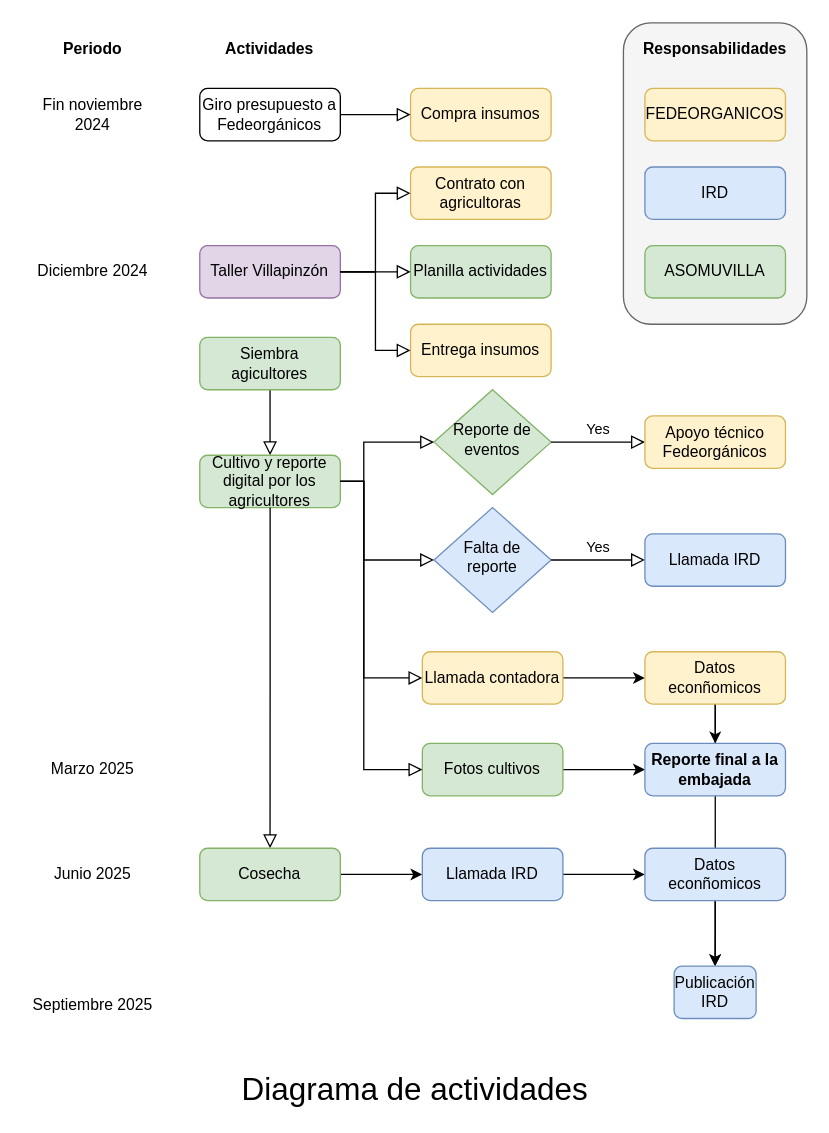
Above: actividadesrutaOrganica.drawio in agroecomakers/Diagrammes-miCampo (draw.io), before the change. Source tidied: cells renumbered, new cells numbered last; positions are measured from the earlier drawing's top-left corner, leaving out a move shared by most shapes. Both pictures are drawn from the tidied source at 131%, with x=0, y=0 at pixel (22, 22).
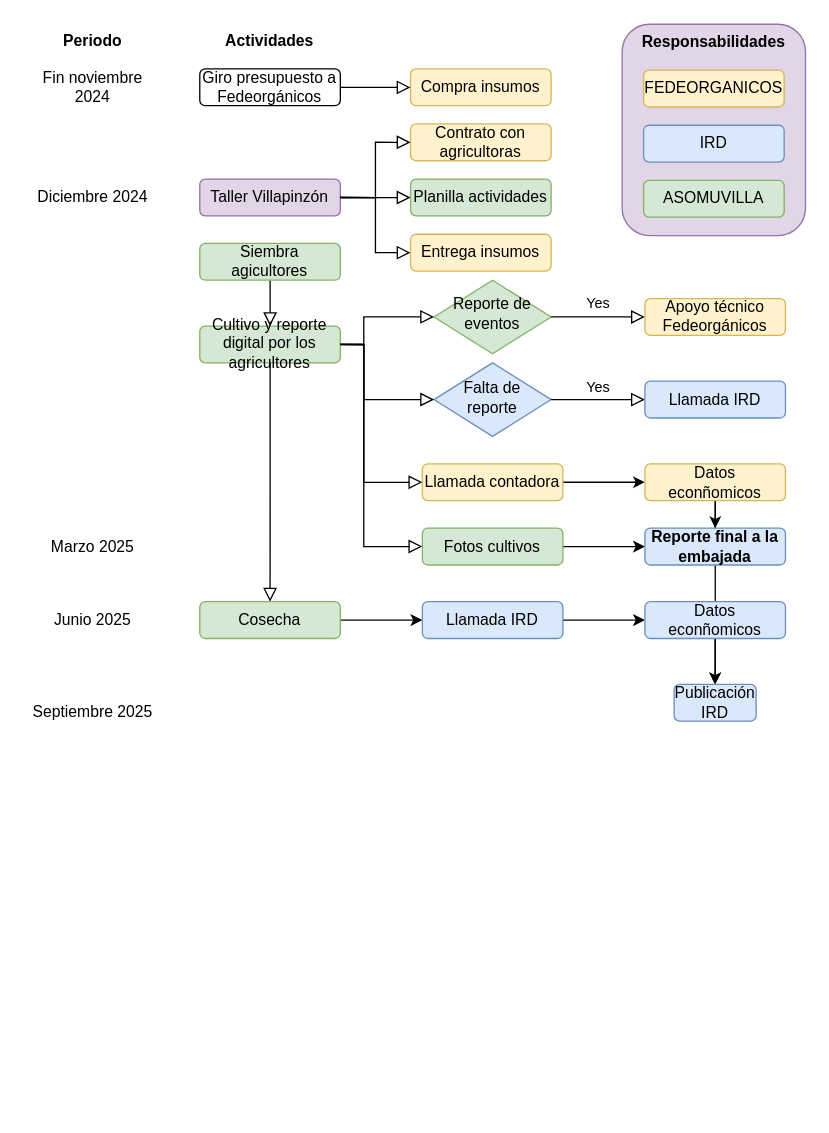
The same page after the edit.

Commit message (it also covers changes not shown here):
Mettre à jour actividadesrutaOrganica.drawio

What changed in the source:
```diff
@@
-    <mxCell id="2" value="Diagrama de actividades" style="text;html=1;align=center;verticalAlign=middle;whiteSpace=wrap;rounded=0;fontSize=24;" parent="1" vertex="1">
-      <mxGeometry x="158.7" y="800" width="281" height="30" as="geometry" />
-    </mxCell>
     <mxCell id="3" style="group;" parent="1" vertex="1">
-      <mxGeometry width="598.4" height="770" as="geometry" />
+      <mxGeometry width="598.4" height="540" as="geometry" />
     </mxCell>
-    <mxCell id="4" style="rounded=1;whiteSpace=wrap;html=1;fillColor=#f5f5f5;fontColor=#333333;strokeColor=#666666;" parent="3" vertex="1">
-      <mxGeometry x="458.4" width="140" height="230" as="geometry" />
+    <mxCell id="4" style="rounded=1;whiteSpace=wrap;html=1;fillColor=#e1d5e7;strokeColor=#9673a6;" parent="3" vertex="1">
+      <mxGeometry x="457.4" y="1" width="140" height="161.3" as="geometry" />
     </mxCell>
     <mxCell id="5" value="Reporte de eventos" style="rhombus;whiteSpace=wrap;html=1;shadow=0;fontFamily=Helvetica;fontSize=12;align=center;strokeWidth=1;spacing=6;spacingTop=-4;fillColor=#d5e8d4;strokeColor=#82b366;" parent="3" vertex="1">
-      <mxGeometry x="313.8" y="280" width="89.4" height="80" as="geometry" />
+      <mxGeometry x="313.8" y="196.4" width="89.4" height="56.1" as="geometry" />
     </mxCell>
     <mxCell id="6" value="Planilla actividades" style="rounded=1;whiteSpace=wrap;html=1;fontSize=12;glass=0;strokeWidth=1;shadow=0;fillColor=#d5e8d4;strokeColor=#82b366;" parent="3" vertex="1">
-      <mxGeometry x="295.9" y="170" width="107.3" height="40" as="geometry" />
+      <mxGeometry x="295.9" y="119.2" width="107.3" height="28.1" as="geometry" />
     </mxCell>
@@
     <mxCell id="9" value="Falta de reporte" style="rhombus;whiteSpace=wrap;html=1;shadow=0;fontFamily=Helvetica;fontSize=12;align=center;strokeWidth=1;spacing=6;spacingTop=-4;fillColor=#dae8fc;strokeColor=#6c8ebf;" parent="3" vertex="1">
-      <mxGeometry x="313.8" y="370" width="89.4" height="80" as="geometry" />
+      <mxGeometry x="313.8" y="259.5" width="89.4" height="56.1" as="geometry" />
     </mxCell>
     <mxCell id="10" value="Cultivo y reporte digital por los agricultores" style="rounded=1;whiteSpace=wrap;html=1;fontSize=12;glass=0;strokeWidth=1;shadow=0;fillColor=#d5e8d4;strokeColor=#82b366;" parent="3" vertex="1">
-      <mxGeometry x="135" y="330" width="107.3" height="40" as="geometry" />
+      <mxGeometry x="135" y="231.4" width="107.3" height="28.1" as="geometry" />
     </mxCell>
     <mxCell id="11" value="Apoyo técnico Fedeorgánicos" style="rounded=1;whiteSpace=wrap;html=1;fontSize=12;glass=0;strokeWidth=1;shadow=0;fillColor=#fff2cc;strokeColor=#d6b656;" parent="3" vertex="1">
-      <mxGeometry x="474.8" y="300" width="107.3" height="40" as="geometry" />
+      <mxGeometry x="474.8" y="210.4" width="107.3" height="28.1" as="geometry" />
     </mxCell>
     <mxCell id="12" value="Siembra agicultores" style="rounded=1;whiteSpace=wrap;html=1;fontSize=12;glass=0;strokeWidth=1;shadow=0;fillColor=#d5e8d4;strokeColor=#82b366;" parent="3" vertex="1">
-      <mxGeometry x="135" y="240" width="107.3" height="40" as="geometry" />
+      <mxGeometry x="135" y="168.3" width="107.3" height="28.1" as="geometry" />
     </mxCell>
     <mxCell id="13" value="Giro presupuesto a Fedeorgánicos" style="rounded=1;whiteSpace=wrap;html=1;fontSize=12;glass=0;strokeWidth=1;shadow=0;" parent="3" vertex="1">
-      <mxGeometry x="135" y="50" width="107.3" height="40" as="geometry" />
+      <mxGeometry x="135" y="35.1" width="107.3" height="28.1" as="geometry" />
     </mxCell>
     <mxCell id="14" value="Taller Villapinzón" style="whiteSpace=wrap;html=1;rounded=1;glass=0;strokeWidth=1;shadow=0;fillColor=#e1d5e7;strokeColor=#9673a6;" parent="3" vertex="1">
-      <mxGeometry x="135" y="170" width="107.3" height="40" as="geometry" />
+      <mxGeometry x="135" y="119.2" width="107.3" height="28.1" as="geometry" />
     </mxCell>
     <mxCell id="15" value="Entrega insumos" style="rounded=1;whiteSpace=wrap;html=1;fontSize=12;glass=0;strokeWidth=1;shadow=0;fillColor=#fff2cc;strokeColor=#d6b656;" parent="3" vertex="1">
-      <mxGeometry x="295.9" y="230" width="107.3" height="40" as="geometry" />
+      <mxGeometry x="295.9" y="161.3" width="107.3" height="28.1" as="geometry" />
     </mxCell>
     <mxCell id="16" value="Contrato con agricultoras" style="rounded=1;whiteSpace=wrap;html=1;fontSize=12;glass=0;strokeWidth=1;shadow=0;fillColor=#fff2cc;strokeColor=#d6b656;" parent="3" vertex="1">
-      <mxGeometry x="295.9" y="110" width="107.3" height="40" as="geometry" />
+      <mxGeometry x="295.9" y="77.1" width="107.3" height="28.1" as="geometry" />
     </mxCell>
@@
     <mxCell id="20" value="Compra insumos" style="rounded=1;whiteSpace=wrap;html=1;fontSize=12;glass=0;strokeWidth=1;shadow=0;fillColor=#fff2cc;strokeColor=#d6b656;" parent="3" vertex="1">
-      <mxGeometry x="295.9" y="50" width="107.3" height="40" as="geometry" />
+      <mxGeometry x="295.9" y="35.1" width="107.3" height="28.1" as="geometry" />
     </mxCell>
@@
     <mxCell id="22" style="rounded=0;html=1;jettySize=auto;fontSize=11;endArrow=block;endFill=0;endSize=8;strokeWidth=1;shadow=0;labelBackgroundColor=none;edgeStyle=orthogonalEdgeStyle;exitX=1;exitY=0.5;exitDx=0;exitDy=0;" parent="3" edge="1" source="10" target="5">
       <mxGeometry y="20" relative="1" as="geometry">
         <Array as="points">
-          <mxPoint x="260.2" y="350" />
-          <mxPoint x="260.2" y="320" />
+          <mxPoint x="260.2" y="245.5" />
+          <mxPoint x="260.2" y="224.4" />
         </Array>
       </mxGeometry>
     </mxCell>
     <mxCell id="23" style="rounded=0;html=1;jettySize=auto;fontSize=11;endArrow=block;endFill=0;endSize=8;strokeWidth=1;shadow=0;labelBackgroundColor=none;edgeStyle=orthogonalEdgeStyle;exitX=1;exitY=0.5;exitDx=0;exitDy=0;" parent="3" edge="1" source="10" target="9">
       <mxGeometry y="20" relative="1" as="geometry">
         <Array as="points">
-          <mxPoint x="260.2" y="350" />
-          <mxPoint x="260.2" y="410" />
+          <mxPoint x="260.2" y="245.5" />
+          <mxPoint x="260.2" y="287.5" />
         </Array>
       </mxGeometry>
     </mxCell>
@@
     <mxCell id="25" value="Llamada IRD" style="rounded=1;whiteSpace=wrap;html=1;fontSize=12;glass=0;strokeWidth=1;shadow=0;fillColor=#dae8fc;strokeColor=#6c8ebf;" parent="3" vertex="1">
-      <mxGeometry x="474.8" y="390" width="107.3" height="40" as="geometry" />
+      <mxGeometry x="474.8" y="273.5" width="107.3" height="28.1" as="geometry" />
     </mxCell>
@@
     <mxCell id="29" value="Cosecha" style="rounded=1;whiteSpace=wrap;html=1;fontSize=12;glass=0;strokeWidth=1;shadow=0;fillColor=#d5e8d4;strokeColor=#82b366;" parent="3" vertex="1">
-      <mxGeometry x="135" y="630" width="107.3" height="40" as="geometry" />
+      <mxGeometry x="135" y="441.8" width="107.3" height="28.1" as="geometry" />
     </mxCell>
@@
     <mxCell id="31" value="Llamada contadora" style="rounded=1;whiteSpace=wrap;html=1;fontSize=12;glass=0;strokeWidth=1;shadow=0;fillColor=#fff2cc;strokeColor=#d6b656;" parent="3" vertex="1">
-      <mxGeometry x="304.9" y="480" width="107.3" height="40" as="geometry" />
+      <mxGeometry x="304.9" y="336.6" width="107.3" height="28.1" as="geometry" />
     </mxCell>
@@
     <mxCell id="34" value="Datos econñomicos" style="rounded=1;whiteSpace=wrap;html=1;fontSize=12;glass=0;strokeWidth=1;shadow=0;fillColor=#fff2cc;strokeColor=#d6b656;" parent="3" vertex="1">
-      <mxGeometry x="474.8" y="480" width="107.3" height="40" as="geometry" />
+      <mxGeometry x="474.8" y="336.6" width="107.3" height="28.1" as="geometry" />
     </mxCell>
     <mxCell id="35" style="rounded=0;html=1;jettySize=auto;fontSize=11;endArrow=block;endFill=0;endSize=8;strokeWidth=1;shadow=0;labelBackgroundColor=none;edgeStyle=orthogonalEdgeStyle;entryX=0;entryY=0.5;entryDx=0;entryDy=0;" parent="3" edge="1" source="10" target="31">
       <mxGeometry x="0.33" y="20" relative="1" as="geometry">
         <Array as="points">
-          <mxPoint x="260.2" y="350" />
-          <mxPoint x="260.2" y="500" />
+          <mxPoint x="260.2" y="245.5" />
+          <mxPoint x="260.2" y="350.6" />
         </Array>
       </mxGeometry>
     </mxCell>
@@
     <mxCell id="37" value="Llamada IRD" style="rounded=1;whiteSpace=wrap;html=1;fontSize=12;glass=0;strokeWidth=1;shadow=0;fillColor=#dae8fc;strokeColor=#6c8ebf;" parent="3" vertex="1">
-      <mxGeometry x="304.9" y="630" width="107.3" height="40" as="geometry" />
+      <mxGeometry x="304.9" y="441.8" width="107.3" height="28.1" as="geometry" />
     </mxCell>
     <mxCell id="38" value="Datos econñomicos" style="rounded=1;whiteSpace=wrap;html=1;fontSize=12;glass=0;strokeWidth=1;shadow=0;fillColor=#dae8fc;strokeColor=#6c8ebf;" parent="3" vertex="1">
-      <mxGeometry x="474.8" y="630" width="107.3" height="40" as="geometry" />
+      <mxGeometry x="474.8" y="441.8" width="107.3" height="28.1" as="geometry" />
     </mxCell>
     <mxCell id="39" value="Publicación IRD" style="rounded=1;whiteSpace=wrap;html=1;fontSize=12;glass=0;strokeWidth=1;shadow=0;fillColor=#dae8fc;strokeColor=#6c8ebf;" parent="3" vertex="1">
-      <mxGeometry x="497.1" y="720" width="62.6" height="40" as="geometry" />
+      <mxGeometry x="497.1" y="504.9" width="62.6" height="28.1" as="geometry" />
     </mxCell>
@@
     <mxCell id="41" value="Fotos cultivos" style="rounded=1;whiteSpace=wrap;html=1;fontSize=12;glass=0;strokeWidth=1;shadow=0;fillColor=#d5e8d4;strokeColor=#82b366;" parent="3" vertex="1">
-      <mxGeometry x="304.9" y="550" width="107.3" height="40" as="geometry" />
+      <mxGeometry x="304.9" y="385.7" width="107.3" height="28.1" as="geometry" />
     </mxCell>
     <mxCell id="42" style="rounded=0;html=1;jettySize=auto;fontSize=11;endArrow=block;endFill=0;endSize=8;strokeWidth=1;shadow=0;labelBackgroundColor=none;edgeStyle=orthogonalEdgeStyle;" parent="3" edge="1" source="10" target="41">
       <mxGeometry x="0.33" y="20" relative="1" as="geometry">
         <Array as="points">
-          <mxPoint x="260.2" y="350" />
-          <mxPoint x="260.2" y="570" />
+          <mxPoint x="260.2" y="245.5" />
+          <mxPoint x="260.2" y="399.7" />
         </Array>
       </mxGeometry>
     </mxCell>
     <mxCell id="43" value="&lt;b&gt;Reporte final a la embajada &lt;br&gt;&lt;/b&gt;" style="rounded=1;whiteSpace=wrap;html=1;fontSize=12;glass=0;strokeWidth=1;shadow=0;fillColor=#dae8fc;strokeColor=#6c8ebf;" parent="3" vertex="1">
-      <mxGeometry x="474.8" y="550" width="107.3" height="40" as="geometry" />
+      <mxGeometry x="474.8" y="385.7" width="107.3" height="28.1" as="geometry" />
     </mxCell>
     <mxCell id="44" value="Actividades" style="rounded=1;whiteSpace=wrap;html=1;fontSize=12;glass=0;strokeWidth=1;shadow=0;strokeColor=none;fontStyle=1;" parent="3" vertex="1">
-      <mxGeometry x="135" width="107.3" height="40" as="geometry" />
+      <mxGeometry x="135" width="107.3" height="28.1" as="geometry" />
     </mxCell>
     <mxCell id="45" value="FEDEORGANICOS" style="rounded=1;whiteSpace=wrap;html=1;fontSize=12;glass=0;strokeWidth=1;shadow=0;fillColor=#fff2cc;strokeColor=#d6b656;" parent="3" vertex="1">
-      <mxGeometry x="474.8" y="50" width="107.3" height="40" as="geometry" />
+      <mxGeometry x="473.8" y="36.1" width="107.3" height="28.1" as="geometry" />
     </mxCell>
     <mxCell id="46" value="IRD" style="rounded=1;whiteSpace=wrap;html=1;fontSize=12;glass=0;strokeWidth=1;shadow=0;fillColor=#dae8fc;strokeColor=#6c8ebf;" parent="3" vertex="1">
-      <mxGeometry x="474.8" y="110" width="107.3" height="40" as="geometry" />
+      <mxGeometry x="473.8" y="78.1" width="107.3" height="28.1" as="geometry" />
     </mxCell>
     <mxCell id="47" value="ASOMUVILLA" style="rounded=1;whiteSpace=wrap;html=1;fontSize=12;glass=0;strokeWidth=1;shadow=0;fillColor=#d5e8d4;strokeColor=#82b366;" parent="3" vertex="1">
-      <mxGeometry x="474.8" y="170" width="107.3" height="40" as="geometry" />
+      <mxGeometry x="473.8" y="120.2" width="107.3" height="28.1" as="geometry" />
     </mxCell>
     <mxCell id="48" value="Responsabilidades" style="rounded=1;whiteSpace=wrap;html=1;fontSize=12;glass=0;strokeWidth=1;shadow=0;strokeColor=none;fontStyle=1;fillColor=none;" parent="3" vertex="1">
-      <mxGeometry x="474.8" width="107.3" height="40" as="geometry" />
+      <mxGeometry x="473.8" y="1" width="107.3" height="28.1" as="geometry" />
     </mxCell>
     <mxCell id="49" value="&lt;div&gt;Diciembre 2024&lt;/div&gt;" style="rounded=1;whiteSpace=wrap;html=1;fontSize=12;glass=0;strokeWidth=1;shadow=0;strokeColor=none;" parent="3" vertex="1">
-      <mxGeometry y="170" width="107.3" height="40" as="geometry" />
+      <mxGeometry y="119.2" width="107.3" height="28.1" as="geometry" />
     </mxCell>
     <mxCell id="50" value="&lt;div&gt;Fin noviembre 2024&lt;/div&gt;" style="rounded=1;whiteSpace=wrap;html=1;fontSize=12;glass=0;strokeWidth=1;shadow=0;strokeColor=none;" parent="3" vertex="1">
-      <mxGeometry y="50" width="107.3" height="40" as="geometry" />
+      <mxGeometry y="35.1" width="107.3" height="28.1" as="geometry" />
     </mxCell>
     <mxCell id="51" value="Marzo 2025" style="rounded=1;whiteSpace=wrap;html=1;fontSize=12;glass=0;strokeWidth=1;shadow=0;strokeColor=none;" parent="3" vertex="1">
-      <mxGeometry y="550" width="107.3" height="40" as="geometry" />
+      <mxGeometry y="385.7" width="107.3" height="28.1" as="geometry" />
     </mxCell>
     <mxCell id="52" value="Junio 2025" style="rounded=1;whiteSpace=wrap;html=1;fontSize=12;glass=0;strokeWidth=1;shadow=0;strokeColor=none;" parent="3" vertex="1">
-      <mxGeometry y="630" width="107.3" height="40" as="geometry" />
+      <mxGeometry y="441.8" width="107.3" height="28.1" as="geometry" />
     </mxCell>
     <mxCell id="53" value="Septiembre 2025" style="rounded=1;whiteSpace=wrap;html=1;fontSize=12;glass=0;strokeWidth=1;shadow=0;strokeColor=none;" parent="3" vertex="1">
-      <mxGeometry y="730" width="107.3" height="40" as="geometry" />
+      <mxGeometry y="511.9" width="107.3" height="28.1" as="geometry" />
     </mxCell>
     <mxCell id="54" value="Periodo" style="rounded=1;whiteSpace=wrap;html=1;fontSize=12;glass=0;strokeWidth=1;shadow=0;strokeColor=none;fontStyle=1;" parent="3" vertex="1">
-      <mxGeometry width="107.3" height="40" as="geometry" />
+      <mxGeometry width="107.3" height="28.1" as="geometry" />
     </mxCell>
```
